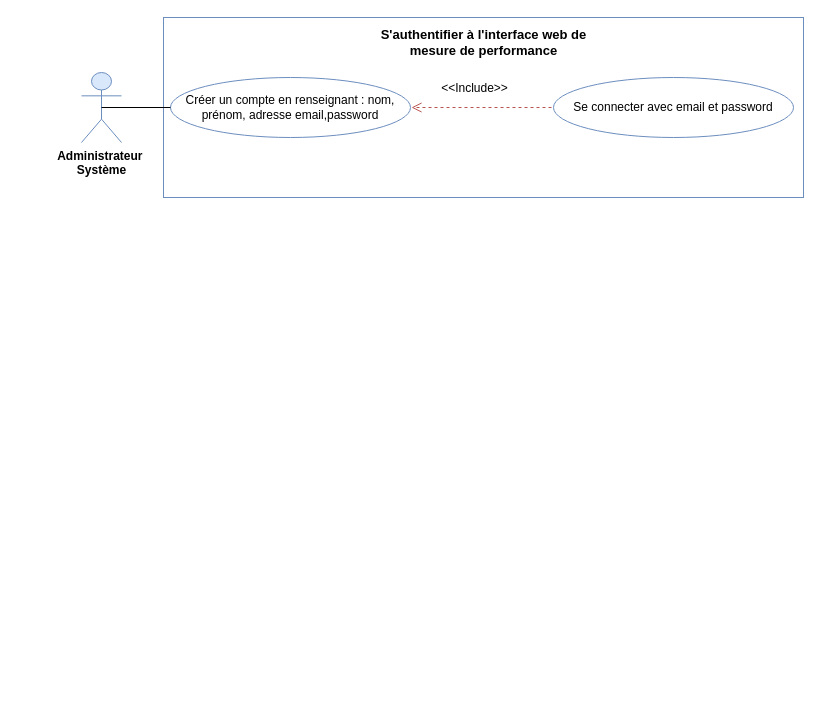
Before: UseCaseAuthentification.drawio in eya-harbaoui/Diagramms, a draw.io diagram. Source tidied: cells renumbered, new cells numbered last; positions are measured from the earlier drawing's top-left corner, leaving out a move shared by most shapes. Both pictures are drawn from the tidied source at 100%, with x=0, y=0 at pixel (81, 17).
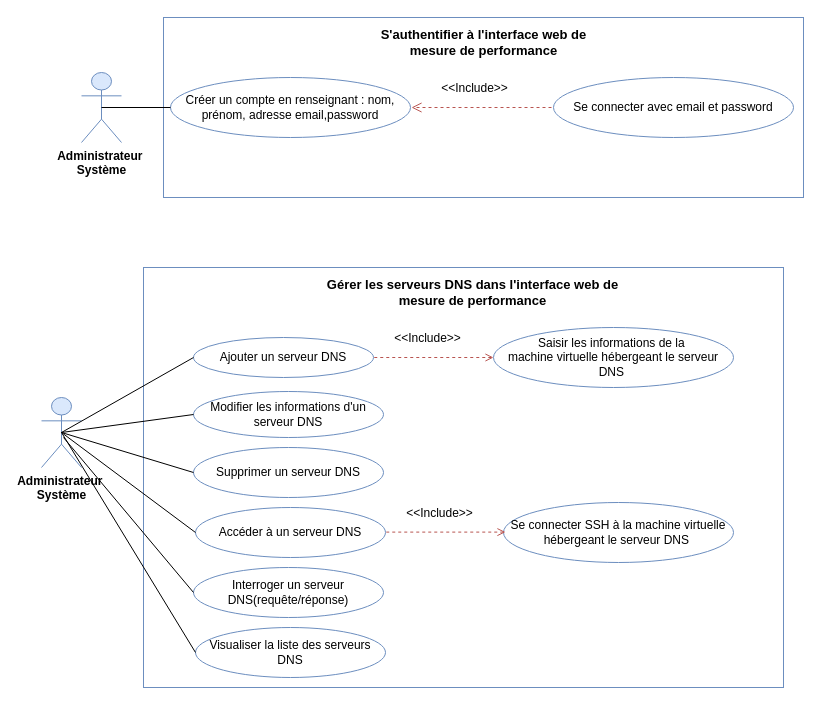
The same diagram, later.

Commit message (it also covers changes not shown here):
Mettre à jour UseCaseAuthentification.drawio

Change to the diagram source:
```diff
@@
+    <mxCell id="9" value="Administrateur&amp;nbsp;&lt;div&gt;Système&lt;/div&gt;" style="shape=umlActor;verticalLabelPosition=bottom;verticalAlign=top;html=1;outlineConnect=0;fontStyle=1;fillColor=#dae8fc;strokeColor=#6c8ebf;" parent="1" vertex="1">
+      <mxGeometry x="-40" y="380" width="40" height="70" as="geometry" />
+    </mxCell>
+    <mxCell id="10" style="rounded=0;whiteSpace=wrap;html=1;strokeColor=#6C8EBF;" parent="1" vertex="1">
+      <mxGeometry x="62" y="250" width="640" height="420" as="geometry" />
+    </mxCell>
+    <mxCell id="11" value="&lt;font style=&quot;font-size: 12px;&quot;&gt;Ajouter un serveur DNS&lt;/font&gt;" style="ellipse;whiteSpace=wrap;html=1;fillColor=#FFFFFF;strokeColor=#6c8ebf;" parent="1" vertex="1">
+      <mxGeometry x="112" y="320" width="180" height="40" as="geometry" />
+    </mxCell>
+    <mxCell id="12" value="&lt;div&gt;Saisir les informations de la&amp;nbsp;&lt;/div&gt;&lt;div&gt;machine virtuelle hébergeant le serveur DNS&amp;nbsp;&lt;/div&gt;" style="ellipse;whiteSpace=wrap;html=1;fillColor=#FFFFFF;strokeColor=#6c8ebf;" parent="1" vertex="1">
+      <mxGeometry x="412" y="310" width="240" height="60" as="geometry" />
+    </mxCell>
+    <mxCell id="13" value="&lt;span style=&quot;font-size: 13px;&quot;&gt;&lt;b&gt;Gérer les serveurs DNS dans l'interface web de mesure de performance&lt;/b&gt;&lt;/span&gt;" style="text;strokeColor=none;align=center;fillColor=none;html=1;verticalAlign=middle;whiteSpace=wrap;rounded=0;" parent="1" vertex="1">
+      <mxGeometry x="241.4" y="260" width="301.2" height="30" as="geometry" />
+    </mxCell>
+    <mxCell id="14" value="&lt;font style=&quot;font-size: 12px;&quot;&gt;&amp;lt;&amp;lt;Include&amp;gt;&amp;gt;&lt;/font&gt;" style="html=1;verticalAlign=bottom;endArrow=none;dashed=1;endSize=8;curved=0;rounded=0;fillColor=#f8cecc;strokeColor=#b85450;startArrow=open;startFill=0;endFill=0;entryX=1;entryY=0.5;entryDx=0;entryDy=0;" parent="1" edge="1" target="11">
+      <mxGeometry x="0.1" y="-10" relative="1" as="geometry">
+        <mxPoint x="412" y="340" as="sourcePoint" />
+      </mxGeometry>
+    </mxCell>
+    <mxCell id="15" style="endArrow=none;html=1;rounded=0;entryX=0;entryY=0.5;entryDx=0;entryDy=0;exitX=0.5;exitY=0.5;exitDx=0;exitDy=0;exitPerimeter=0;" parent="1" edge="1" source="9" target="11">
+      <mxGeometry relative="1" as="geometry" />
+    </mxCell>
+    <mxCell id="16" value="&lt;font style=&quot;font-size: 12px;&quot;&gt;Modifier les informations d'un serveur DNS&lt;/font&gt;" style="ellipse;whiteSpace=wrap;html=1;fillColor=#FFFFFF;strokeColor=#6c8ebf;" parent="1" vertex="1">
+      <mxGeometry x="112" y="374" width="190" height="46" as="geometry" />
+    </mxCell>
+    <mxCell id="17" value="&lt;font style=&quot;font-size: 12px;&quot;&gt;Supprimer un serveur DNS&lt;/font&gt;" style="ellipse;whiteSpace=wrap;html=1;fillColor=#FFFFFF;strokeColor=#6c8ebf;" parent="1" vertex="1">
+      <mxGeometry x="112" y="430" width="190" height="50" as="geometry" />
+    </mxCell>
+    <mxCell id="18" style="endArrow=none;html=1;rounded=0;entryX=0;entryY=0.5;entryDx=0;entryDy=0;exitX=0.5;exitY=0.5;exitDx=0;exitDy=0;exitPerimeter=0;" parent="1" edge="1" source="9" target="16">
+      <mxGeometry relative="1" as="geometry" />
+    </mxCell>
+    <mxCell id="19" style="endArrow=none;html=1;rounded=0;entryX=0;entryY=0.5;entryDx=0;entryDy=0;exitX=0.5;exitY=0.5;exitDx=0;exitDy=0;exitPerimeter=0;" parent="1" edge="1" source="9" target="17">
+      <mxGeometry relative="1" as="geometry" />
+    </mxCell>
+    <mxCell id="20" value="Accéder à un serveur DNS" style="ellipse;whiteSpace=wrap;html=1;fillColor=#FFFFFF;strokeColor=#6c8ebf;" parent="1" vertex="1">
+      <mxGeometry x="114" y="490" width="190" height="50" as="geometry" />
+    </mxCell>
+    <mxCell id="21" value="&lt;div&gt;Se connecter SSH à la&amp;nbsp;&lt;span style=&quot;background-color: initial;&quot;&gt;machine virtuelle hébergeant le serveur DNS&amp;nbsp;&lt;/span&gt;&lt;/div&gt;" style="ellipse;whiteSpace=wrap;html=1;fillColor=#FFFFFF;strokeColor=#6c8ebf;" parent="1" vertex="1">
+      <mxGeometry x="422" y="485" width="230" height="60" as="geometry" />
+    </mxCell>
+    <mxCell id="22" style="endArrow=none;html=1;rounded=0;entryX=0;entryY=0.5;entryDx=0;entryDy=0;exitX=0.5;exitY=0.5;exitDx=0;exitDy=0;exitPerimeter=0;" parent="1" edge="1" source="9" target="20">
+      <mxGeometry relative="1" as="geometry" />
+    </mxCell>
+    <mxCell id="23" value="&lt;font style=&quot;font-size: 12px;&quot;&gt;&amp;lt;&amp;lt;Include&amp;gt;&amp;gt;&lt;/font&gt;" style="html=1;verticalAlign=bottom;endArrow=none;dashed=1;endSize=8;curved=0;rounded=0;fillColor=#f8cecc;strokeColor=#b85450;startArrow=open;startFill=0;endFill=0;entryX=1;entryY=0.5;entryDx=0;entryDy=0;" parent="1" edge="1">
+      <mxGeometry x="0.1" y="-10" relative="1" as="geometry">
+        <mxPoint x="424" y="514.6" as="sourcePoint" />
+        <mxPoint x="304" y="514.6" as="targetPoint" />
+      </mxGeometry>
+    </mxCell>
+    <mxCell id="24" value="Visualiser la liste des serveurs DNS" style="ellipse;whiteSpace=wrap;html=1;fillColor=#FFFFFF;strokeColor=#6c8ebf;" parent="1" vertex="1">
+      <mxGeometry x="114" y="610" width="190" height="50" as="geometry" />
+    </mxCell>
+    <mxCell id="25" style="endArrow=none;html=1;rounded=0;entryX=0;entryY=0.5;entryDx=0;entryDy=0;exitX=0.5;exitY=0.5;exitDx=0;exitDy=0;exitPerimeter=0;" parent="1" edge="1" source="9" target="24">
+      <mxGeometry relative="1" as="geometry" />
+    </mxCell>
+    <mxCell id="26" value="Interroger un serveur DNS(requête/réponse)" style="ellipse;whiteSpace=wrap;html=1;fillColor=#FFFFFF;strokeColor=#6c8ebf;" parent="1" vertex="1">
+      <mxGeometry x="112" y="550" width="190" height="50" as="geometry" />
+    </mxCell>
+    <mxCell id="27" style="endArrow=none;html=1;rounded=0;entryX=0;entryY=0.5;entryDx=0;entryDy=0;" parent="1" edge="1" target="26">
+      <mxGeometry relative="1" as="geometry">
+        <mxPoint x="-18" y="420" as="sourcePoint" />
+      </mxGeometry>
+    </mxCell>
```
